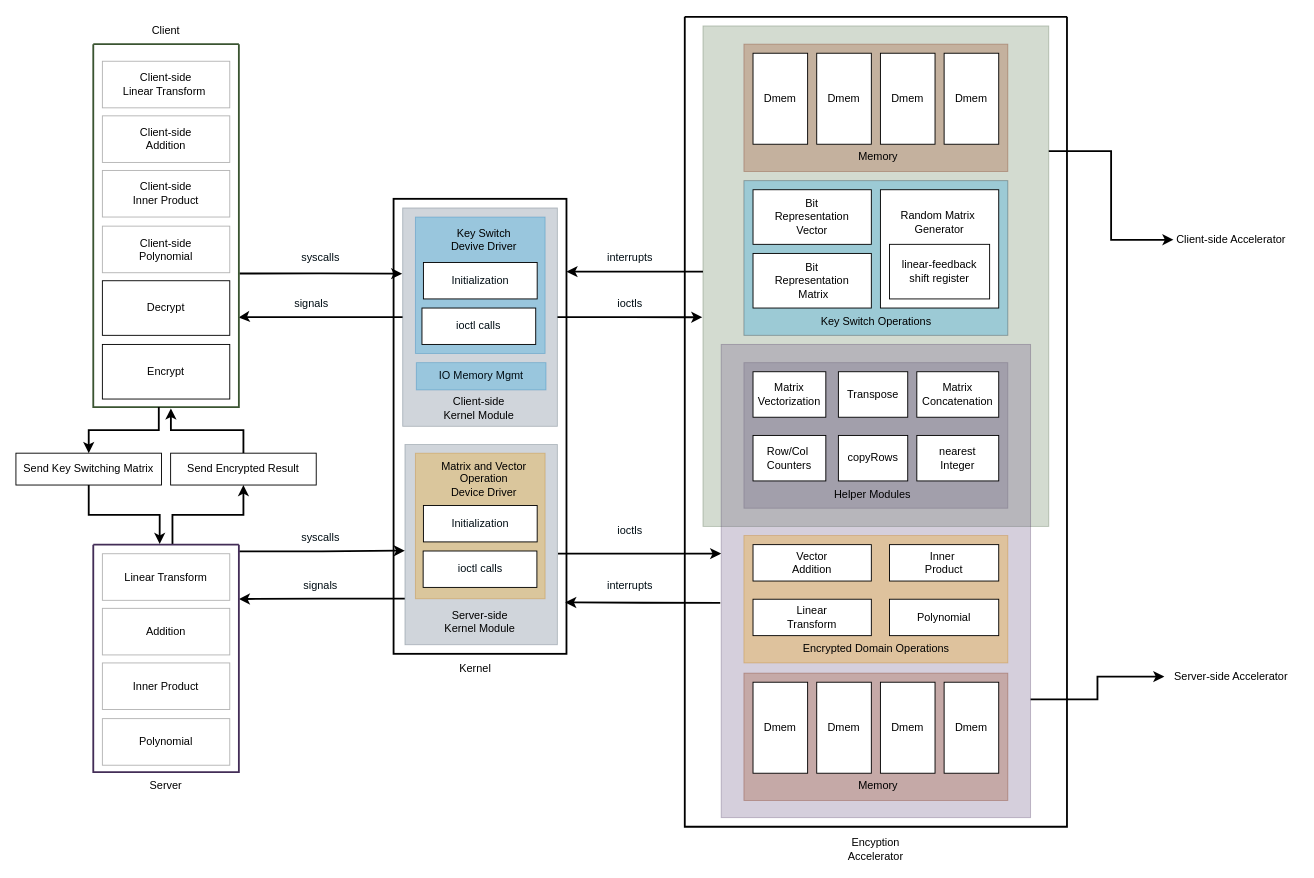
Above: Design_Overview.drawio in helloworld1921/Fully_Homomorphic_Encryption_Accelerator (draw.io), before the change. Source tidied: cells renumbered, new cells numbered last; positions are measured from the earlier drawing's top-left corner, leaving out a move shared by most shapes. Both pictures are drawn from the tidied source at 91%, with x=0, y=0 at pixel (15, 16).
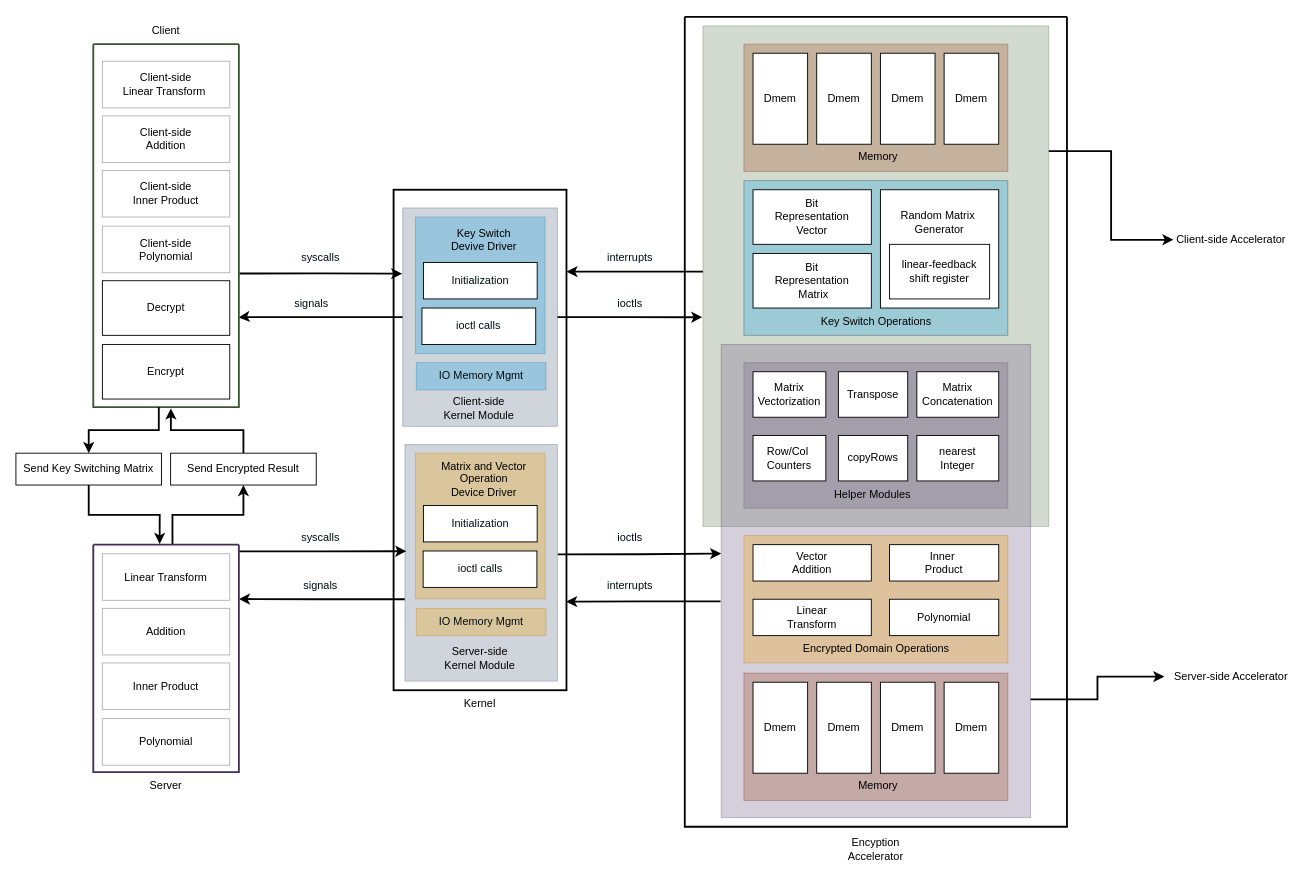
The same page after the edit.

Unchanged cells that the change refers to:
```xml
<mxCell id="20" style="rounded=0;whiteSpace=wrap;html=1;strokeWidth=1;opacity=30;fillColor=#76608a;fontColor=#ffffff;strokeColor=#432D57;" parent="17" vertex="1">
  <mxGeometry x="40" y="360" width="340" height="520" as="geometry" />
</mxCell>
<mxCell id="61" style="swimlane;startSize=0;fillColor=#76608a;fontColor=#ffffff;strokeColor=#432D57;strokeWidth=2;" parent="1" vertex="1">
  <mxGeometry x="85" y="580" width="160" height="250" as="geometry" />
</mxCell>
```

Change to the diagram source:
```diff
@@
     <mxCell id="2" style="rounded=0;whiteSpace=wrap;html=1;strokeWidth=2;" parent="1" vertex="1">
-      <mxGeometry x="415" y="200" width="190" height="500" as="geometry" />
+      <mxGeometry x="415" y="190" width="190" height="550" as="geometry" />
     </mxCell>
@@
-    <mxCell id="54" style="edgeStyle=orthogonalEdgeStyle;rounded=0;jettySize=auto;html=1;exitX=1.004;exitY=0.545;exitDx=0;exitDy=0;fontColor=#000D14;strokeWidth=2;entryX=0;entryY=0.442;entryDx=0;entryDy=0;entryPerimeter=0;exitPerimeter=0;" parent="1" edge="1" source="56" target="20">
+    <mxCell id="54" style="edgeStyle=orthogonalEdgeStyle;rounded=0;jettySize=auto;html=1;exitX=1.003;exitY=0.464;exitDx=0;exitDy=0;fontColor=#000D14;strokeWidth=2;entryX=0;entryY=0.442;entryDx=0;entryDy=0;entryPerimeter=0;exitPerimeter=0;" parent="1" edge="1" source="56" target="20">
       <mxGeometry relative="1" as="geometry" />
     </mxCell>
-    <mxCell id="55" style="edgeStyle=orthogonalEdgeStyle;rounded=0;jettySize=auto;html=1;entryX=1;entryY=0.239;entryDx=0;entryDy=0;fontColor=#000D14;strokeWidth=2;entryPerimeter=0;exitX=-0.001;exitY=0.77;exitDx=0;exitDy=0;exitPerimeter=0;" parent="1" edge="1" source="56" target="61">
+    <mxCell id="55" style="edgeStyle=orthogonalEdgeStyle;rounded=0;jettySize=auto;html=1;entryX=1;entryY=0.239;entryDx=0;entryDy=0;fontColor=#000D14;strokeWidth=2;entryPerimeter=0;exitX=-0.001;exitY=0.654;exitDx=0;exitDy=0;exitPerimeter=0;" parent="1" edge="1" source="56" target="61">
       <mxGeometry relative="1" as="geometry" />
     </mxCell>
     <mxCell id="56" style="rounded=0;whiteSpace=wrap;html=1;strokeWidth=1;opacity=30;fillColor=#647687;fontColor=#ffffff;strokeColor=#314354;" parent="1" vertex="1">
-      <mxGeometry x="427.5" y="470" width="167.5" height="220" as="geometry" />
+      <mxGeometry x="427.5" y="470" width="167.5" height="260" as="geometry" />
     </mxCell>
     <mxCell id="57" value="Kernel" style="text;html=1;strokeColor=none;fillColor=none;align=center;verticalAlign=middle;whiteSpace=wrap;rounded=0;" parent="1" vertex="1">
-      <mxGeometry x="475" y="701.2" width="60" height="30" as="geometry" />
+      <mxGeometry x="480" y="740" width="60" height="30" as="geometry" />
     </mxCell>
@@
-    <mxCell id="60" style="edgeStyle=orthogonalEdgeStyle;rounded=0;jettySize=auto;html=1;exitX=1.002;exitY=0.03;exitDx=0;exitDy=0;entryX=-0.001;entryY=0.53;entryDx=0;entryDy=0;fontColor=#000D14;strokeWidth=2;entryPerimeter=0;exitPerimeter=0;" parent="1" edge="1" source="61" target="56">
+    <mxCell id="60" style="edgeStyle=orthogonalEdgeStyle;rounded=0;jettySize=auto;html=1;exitX=1.002;exitY=0.03;exitDx=0;exitDy=0;entryX=0.009;entryY=0.451;entryDx=0;entryDy=0;fontColor=#000D14;strokeWidth=2;entryPerimeter=0;exitPerimeter=0;" parent="1" edge="1" source="61" target="56">
       <mxGeometry relative="1" as="geometry" />
     </mxCell>
@@
     <mxCell id="67" value="Server-side &lt;br&gt;Kernel Module" style="text;html=1;strokeColor=none;fillColor=none;align=center;verticalAlign=middle;whiteSpace=wrap;rounded=0;opacity=30;" parent="1" vertex="1">
-      <mxGeometry x="445.2" y="650" width="130" height="30" as="geometry" />
+      <mxGeometry x="445" y="690" width="130" height="30" as="geometry" />
     </mxCell>
@@
     <mxCell id="86" value="ioctls" style="text;html=1;strokeColor=none;fillColor=none;align=center;verticalAlign=middle;whiteSpace=wrap;rounded=0;fontColor=#000D14;" parent="1" vertex="1">
-      <mxGeometry x="645" y="550" width="60" height="30" as="geometry" />
+      <mxGeometry x="645" y="557" width="60" height="30" as="geometry" />
     </mxCell>
@@
-    <mxCell id="91" style="edgeStyle=orthogonalEdgeStyle;rounded=0;jettySize=auto;html=1;exitX=-0.003;exitY=0.546;exitDx=0;exitDy=0;fontColor=#000D14;strokeWidth=2;exitPerimeter=0;entryX=0.993;entryY=0.887;entryDx=0;entryDy=0;entryPerimeter=0;" parent="1" edge="1" source="20" target="2">
+    <mxCell id="91" style="edgeStyle=orthogonalEdgeStyle;rounded=0;jettySize=auto;html=1;exitX=-0.002;exitY=0.543;exitDx=0;exitDy=0;fontColor=#000D14;strokeWidth=2;exitPerimeter=0;entryX=0.998;entryY=0.823;entryDx=0;entryDy=0;entryPerimeter=0;" parent="1" edge="1" source="20" target="2">
       <mxGeometry relative="1" as="geometry" />
     </mxCell>
@@
+    <mxCell id="93" value="&lt;font color=&quot;#000d14&quot;&gt;IO Memory Mgmt&lt;/font&gt;" style="rounded=0;whiteSpace=wrap;html=1;fillColor=#f0a30a;fontColor=#000000;strokeColor=#BD7000;opacity=30;" parent="1" vertex="1">
+      <mxGeometry x="440" y="650" width="142.5" height="30" as="geometry" />
+    </mxCell>
```
